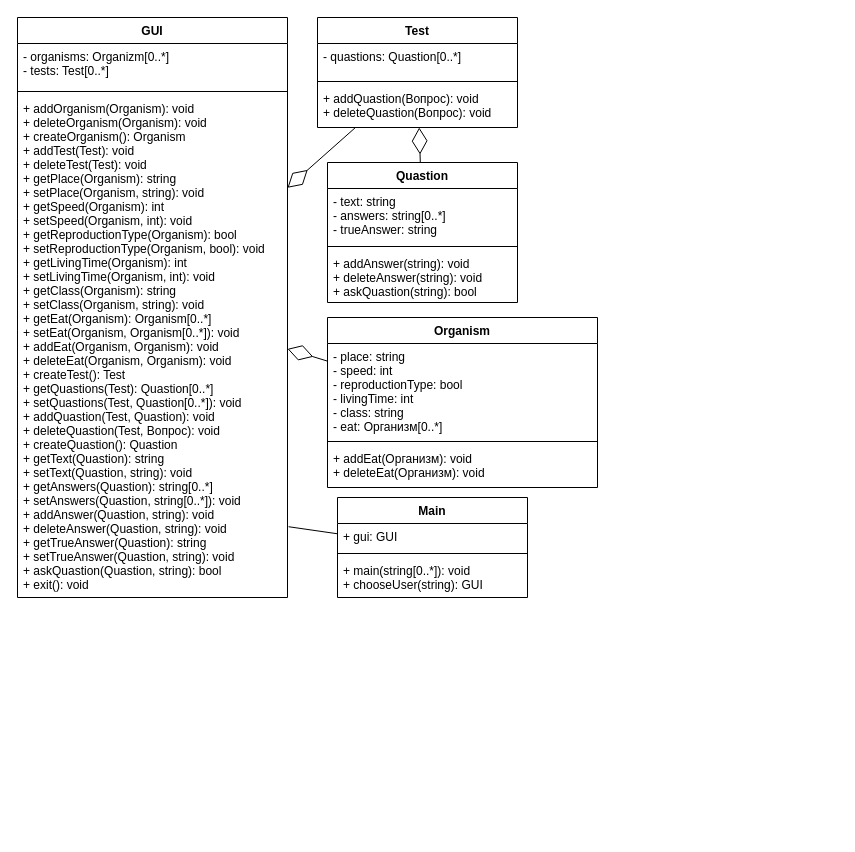
Before: class.drawio in kova5845/uml, a draw.io diagram. Source tidied: cells renumbered, new cells numbered last; positions are measured from the earlier drawing's top-left corner, leaving out a move shared by most shapes. Both pictures are drawn from the tidied source at 100%, with x=0, y=0 at pixel (17, 17).
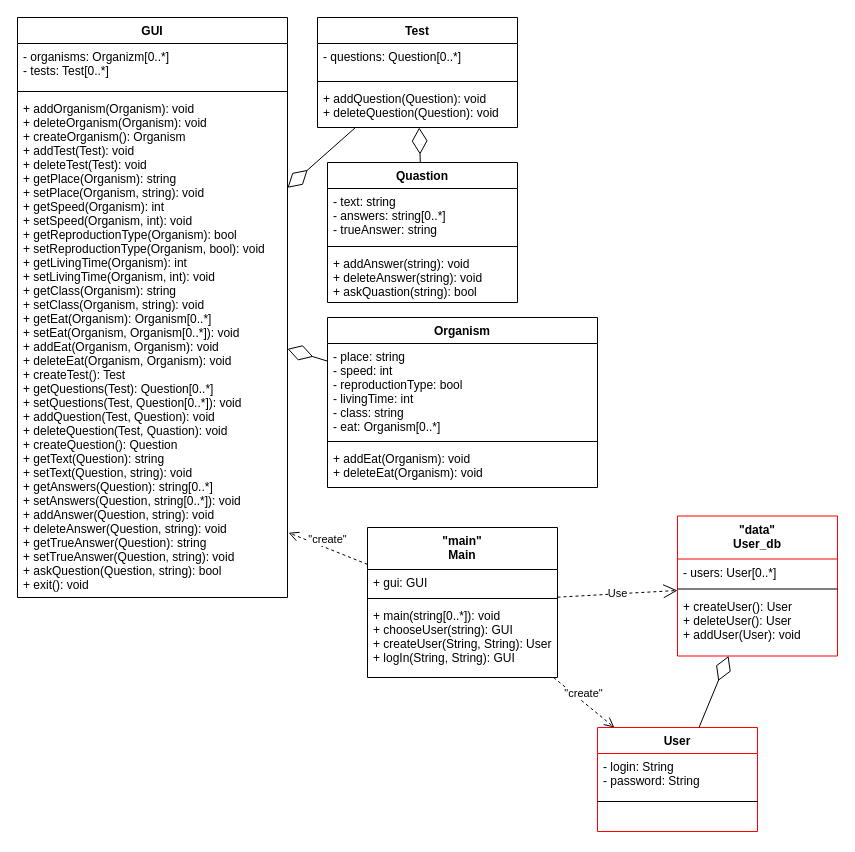
Above is the later version.

The change refers to these unchanged cells:
```xml
<mxCell id="2" value="Organism" style="swimlane;fontStyle=1;align=center;verticalAlign=top;horizontal=1;startSize=26;" parent="1" vertex="1">
  <mxGeometry x="310" y="300" width="270" height="170" as="geometry" />
</mxCell>
<mxCell id="6" value="Test" style="swimlane;fontStyle=1;align=center;verticalAlign=top;horizontal=1;startSize=26;" parent="1" vertex="1">
  <mxGeometry x="300" width="200" height="110" as="geometry" />
</mxCell>
<mxCell id="15" value="GUI" style="swimlane;fontStyle=1;align=center;verticalAlign=top;horizontal=1;startSize=26;" parent="1" vertex="1">
  <mxGeometry width="270" height="580" as="geometry" />
</mxCell>
```

What changed in the source:
```diff
@@
-    <mxCell id="3" value="- place: string&#10;- speed: int&#10;- reproductionType: bool&#10;- livingTime: int&#10;- class: string&#10;- eat: Организм[0..*]&#10;" style="text;strokeColor=none;fillColor=none;align=left;verticalAlign=top;spacingLeft=4;spacingRight=4;overflow=hidden;" parent="2" vertex="1">
+    <mxCell id="3" value="- place: string&#10;- speed: int&#10;- reproductionType: bool&#10;- livingTime: int&#10;- class: string&#10;- eat: Organism[0..*]&#10;" style="text;strokeColor=none;fillColor=none;align=left;verticalAlign=top;spacingLeft=4;spacingRight=4;overflow=hidden;" parent="2" vertex="1">
       <mxGeometry y="26" width="270" height="94" as="geometry" />
     </mxCell>
@@
-    <mxCell id="5" value="+ addEat(Организм): void&#10;+ deleteEat(Организм): void" style="text;strokeColor=none;fillColor=none;align=left;verticalAlign=top;spacingLeft=4;spacingRight=4;overflow=hidden;" parent="2" vertex="1">
+    <mxCell id="5" value="+ addEat(Organism): void&#10;+ deleteEat(Organism): void" style="text;strokeColor=none;fillColor=none;align=left;verticalAlign=top;spacingLeft=4;spacingRight=4;overflow=hidden;" parent="2" vertex="1">
       <mxGeometry y="128" width="270" height="42" as="geometry" />
     </mxCell>
@@
-    <mxCell id="7" value="- quastions: Quastion[0..*]" style="text;strokeColor=none;fillColor=none;align=left;verticalAlign=top;spacingLeft=4;spacingRight=4;overflow=hidden;" parent="6" vertex="1">
+    <mxCell id="7" value="- questions: Question[0..*]" style="text;strokeColor=none;fillColor=none;align=left;verticalAlign=top;spacingLeft=4;spacingRight=4;overflow=hidden;" parent="6" vertex="1">
       <mxGeometry y="26" width="200" height="34" as="geometry" />
     </mxCell>
@@
-    <mxCell id="9" value="+ addQuastion(Вопрос): void&#10;+ deleteQuastion(Вопрос): void" style="text;strokeColor=none;fillColor=none;align=left;verticalAlign=top;spacingLeft=4;spacingRight=4;overflow=hidden;" parent="6" vertex="1">
+    <mxCell id="9" value="+ addQuestion(Question): void&#10;+ deleteQuestion(Question): void" style="text;strokeColor=none;fillColor=none;align=left;verticalAlign=top;spacingLeft=4;spacingRight=4;overflow=hidden;" parent="6" vertex="1">
       <mxGeometry y="68" width="200" height="42" as="geometry" />
     </mxCell>
@@
-    <mxCell id="18" value="+ addOrganism(Organism): void&#10;+ deleteOrganism(Organism): void&#10;+ createOrganism(): Organism&#10;+ addTest(Test): void&#10;+ deleteTest(Test): void&#10;+ getPlace(Organism): string&#10;+ setPlace(Organism, string): void&#10;+ getSpeed(Organism): int&#10;+ setSpeed(Organism, int): void&#10;+ getReproductionType(Organism): bool&#10;+ setReproductionType(Organism, bool): void&#10;+ getLivingTime(Organism): int&#10;+ setLivingTime(Organism, int): void&#10;+ getClass(Organism): string&#10;+ setClass(Organism, string): void&#10;+ getEat(Organism): Organism[0..*]&#10;+ setEat(Organism, Organism[0..*]): void&#10;+ addEat(Organism, Organism): void&#10;+ deleteEat(Organism, Organism): void&#10;+ createTest(): Test&#10;+ getQuastions(Test): Quastion[0..*]&#10;+ setQuastions(Test, Quastion[0..*]): void&#10;+ addQuastion(Test, Quastion): void&#10;+ deleteQuastion(Test, Вопрос): void&#10;+ createQuastion(): Quastion&#10;+ getText(Quastion): string&#10;+ setText(Quastion, string): void&#10;+ getAnswers(Quastion): string[0..*]&#10;+ setAnswers(Quastion, string[0..*]): void&#10;+ addAnswer(Quastion, string): void&#10;+ deleteAnswer(Quastion, string): void&#10;+ getTrueAnswer(Quastion): string&#10;+ setTrueAnswer(Quastion, string): void&#10;+ askQuastion(Quastion, string): bool&#10;+ exit(): void" style="text;strokeColor=none;fillColor=none;align=left;verticalAlign=top;spacingLeft=4;spacingRight=4;overflow=hidden;points=[[0,0.5],[1,0.5]];portConstraint=eastwest;" parent="15" vertex="1">
+    <mxCell id="18" value="+ addOrganism(Organism): void&#10;+ deleteOrganism(Organism): void&#10;+ createOrganism(): Organism&#10;+ addTest(Test): void&#10;+ deleteTest(Test): void&#10;+ getPlace(Organism): string&#10;+ setPlace(Organism, string): void&#10;+ getSpeed(Organism): int&#10;+ setSpeed(Organism, int): void&#10;+ getReproductionType(Organism): bool&#10;+ setReproductionType(Organism, bool): void&#10;+ getLivingTime(Organism): int&#10;+ setLivingTime(Organism, int): void&#10;+ getClass(Organism): string&#10;+ setClass(Organism, string): void&#10;+ getEat(Organism): Organism[0..*]&#10;+ setEat(Organism, Organism[0..*]): void&#10;+ addEat(Organism, Organism): void&#10;+ deleteEat(Organism, Organism): void&#10;+ createTest(): Test&#10;+ getQuestions(Test): Question[0..*]&#10;+ setQuestions(Test, Question[0..*]): void&#10;+ addQuestion(Test, Question): void&#10;+ deleteQuestion(Test, Quastion): void&#10;+ createQuestion(): Question&#10;+ getText(Question): string&#10;+ setText(Question, string): void&#10;+ getAnswers(Question): string[0..*]&#10;+ setAnswers(Question, string[0..*]): void&#10;+ addAnswer(Question, string): void&#10;+ deleteAnswer(Question, string): void&#10;+ getTrueAnswer(Question): string&#10;+ setTrueAnswer(Question, string): void&#10;+ askQuestion(Question, string): bool&#10;+ exit(): void" style="text;strokeColor=none;fillColor=none;align=left;verticalAlign=top;spacingLeft=4;spacingRight=4;overflow=hidden;points=[[0,0.5],[1,0.5]];portConstraint=eastwest;" parent="15" vertex="1">
       <mxGeometry y="78" width="270" height="502" as="geometry" />
     </mxCell>
@@
-    <mxCell id="21" value="Main" style="swimlane;fontStyle=1;align=center;verticalAlign=top;horizontal=1;startSize=26;" parent="1" vertex="1">
-      <mxGeometry x="320" y="480" width="190" height="100" as="geometry" />
+    <mxCell id="21" value="&quot;main&quot;&#10;Main" style="swimlane;fontStyle=1;align=center;verticalAlign=top;horizontal=1;startSize=42;" parent="1" vertex="1">
+      <mxGeometry x="350" y="510" width="190" height="150" as="geometry" />
     </mxCell>
     <mxCell id="22" value="+ gui: GUI" style="text;strokeColor=none;fillColor=none;align=left;verticalAlign=top;spacingLeft=4;spacingRight=4;overflow=hidden;" parent="21" vertex="1">
-      <mxGeometry y="26" width="190" height="26" as="geometry" />
+      <mxGeometry y="42" width="190" height="25" as="geometry" />
     </mxCell>
     <mxCell id="23" style="line;strokeWidth=1;fillColor=none;align=left;verticalAlign=middle;spacingTop=-1;spacingLeft=3;spacingRight=3;labelPosition=right;" parent="21" vertex="1">
-      <mxGeometry y="52" width="190" height="8" as="geometry" />
+      <mxGeometry y="67" width="190" height="8" as="geometry" />
     </mxCell>
-    <mxCell id="24" value="+ main(string[0..*]): void&#10;+ chooseUser(string): GUI" style="text;strokeColor=none;fillColor=none;align=left;verticalAlign=top;spacingLeft=4;spacingRight=4;overflow=hidden;" parent="21" vertex="1">
-      <mxGeometry y="60" width="190" height="40" as="geometry" />
+    <mxCell id="24" value="+ main(string[0..*]): void&#10;+ chooseUser(string): GUI&#10;+ createUser(String, String): User&#10;+ logIn(String, String): GUI&#10;" style="text;strokeColor=none;fillColor=none;align=left;verticalAlign=top;spacingLeft=4;spacingRight=4;overflow=hidden;" parent="21" vertex="1">
+      <mxGeometry y="75" width="190" height="75" as="geometry" />
     </mxCell>
-    <mxCell id="25" style="endArrow=none;html=1;exitX=1.004;exitY=0.859;exitDx=0;exitDy=0;exitPerimeter=0;" parent="1" edge="1" source="18" target="21">
-      <mxGeometry relative="1" as="geometry" />
-    </mxCell>
+    <mxCell id="26" value="&quot;create&quot;" style="html=1;verticalAlign=bottom;endArrow=open;dashed=1;endSize=8;entryX=1.004;entryY=0.871;entryDx=0;entryDy=0;entryPerimeter=0;" parent="1" edge="1" source="21" target="18">
+      <mxGeometry relative="1" as="geometry" />
+    </mxCell>
+    <mxCell id="27" value="&quot;data&quot;&#10;User_db" style="swimlane;fontStyle=1;align=center;verticalAlign=top;horizontal=1;startSize=43;strokeColor=#FF0000;" parent="1" vertex="1">
+      <mxGeometry x="660" y="498.5" width="160" height="140" as="geometry" />
+    </mxCell>
+    <mxCell id="28" value="- users: User[0..*] " style="text;strokeColor=none;fillColor=none;align=left;verticalAlign=top;spacingLeft=4;spacingRight=4;overflow=hidden;" parent="27" vertex="1">
+      <mxGeometry y="43" width="160" height="26" as="geometry" />
+    </mxCell>
+    <mxCell id="29" style="line;strokeWidth=1;fillColor=none;align=left;verticalAlign=middle;spacingTop=-1;spacingLeft=3;spacingRight=3;labelPosition=right;" parent="27" vertex="1">
+      <mxGeometry y="69" width="160" height="8" as="geometry" />
+    </mxCell>
+    <mxCell id="30" value="+ createUser(): User&#10;+ deleteUser(): User&#10;+ addUser(User): void&#10;" style="text;strokeColor=none;fillColor=none;align=left;verticalAlign=top;spacingLeft=4;spacingRight=4;overflow=hidden;" parent="27" vertex="1">
+      <mxGeometry y="77" width="160" height="63" as="geometry" />
+    </mxCell>
+    <mxCell id="31" value="User" style="swimlane;fontStyle=1;align=center;verticalAlign=top;horizontal=1;startSize=26;strokeColor=#FF0000;" parent="1" vertex="1">
+      <mxGeometry x="580" y="710" width="160" height="104" as="geometry" />
+    </mxCell>
+    <mxCell id="32" value="- login: String&#10;- password: String" style="text;strokeColor=none;fillColor=none;align=left;verticalAlign=top;spacingLeft=4;spacingRight=4;overflow=hidden;" parent="31" vertex="1">
+      <mxGeometry y="26" width="160" height="44" as="geometry" />
+    </mxCell>
+    <mxCell id="33" style="line;strokeWidth=1;fillColor=none;align=left;verticalAlign=middle;spacingTop=-1;spacingLeft=3;spacingRight=3;labelPosition=right;" parent="31" vertex="1">
+      <mxGeometry y="70" width="160" height="8" as="geometry" />
+    </mxCell>
+    <mxCell id="34" value=" " style="text;strokeColor=none;fillColor=none;align=left;verticalAlign=top;spacingLeft=4;spacingRight=4;overflow=hidden;" parent="31" vertex="1">
+      <mxGeometry y="78" width="160" height="26" as="geometry" />
+    </mxCell>
+    <mxCell id="35" style="endArrow=diamondThin;endFill=0;endSize=24;html=1;fontColor=#000000;labelBackgroundColor=#FFFFFF;" parent="1" edge="1" source="31" target="27">
+      <mxGeometry relative="1" as="geometry" />
+    </mxCell>
+    <mxCell id="36" value="Use" style="endArrow=open;endSize=12;dashed=1;html=1;fontColor=#000000;" parent="1" edge="1" source="21" target="27">
+      <mxGeometry relative="1" as="geometry" />
+    </mxCell>
+    <mxCell id="37" value="&quot;create&quot;" style="html=1;verticalAlign=bottom;endArrow=open;dashed=1;endSize=8;" parent="1" edge="1" source="21" target="31">
+      <mxGeometry relative="1" as="geometry" />
+    </mxCell>
```
